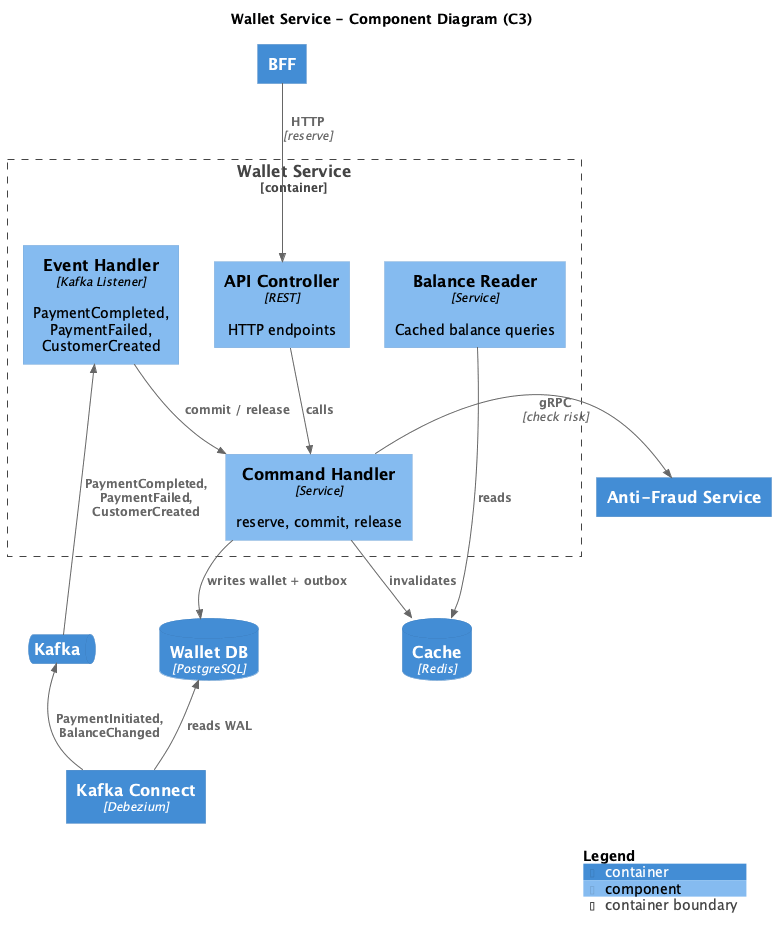
Above: diagrams/c4/c3-wallet.png in krsvyat/system-design (PlantUML), before the change. The source it was exported from:
```plantuml
@startuml c3-wallet
!include https://raw.githubusercontent.com/plantuml-stdlib/C4-PlantUML/master/C4_Component.puml

title Wallet Service - Component Diagram (C3)

Container(bff, "BFF", "", "")
Container(antifraud, "Anti-Fraud Service", "", "")
ContainerQueue(kafka, "Kafka", "", "")
ContainerDb(db, "Wallet DB", "PostgreSQL", "")
ContainerDb(cache, "Cache", "Redis", "")
Container(cdc, "Kafka Connect", "Debezium", "")

Container_Boundary(wallet, "Wallet Service") {
    Component(api, "API Controller", "REST", "HTTP endpoints")
    Component(command, "Command Handler", "Service", "reserve, commit, release")
    Component(event_handler, "Event Handler", "Kafka Listener", "PaymentCompleted, PaymentFailed, CustomerCreated")
    Component(balance_reader, "Balance Reader", "Service", "Cached balance queries")
}

Rel_D(bff, api, "HTTP", "reserve")
Rel_D(api, command, "calls")

Rel_R(command, antifraud, "gRPC", "check risk")

Rel_D(command, db, "writes wallet + outbox")
Rel_D(event_handler, command, "commit / release")
Rel_D(balance_reader, cache, "reads")
Rel_D(command, cache, "invalidates")

Rel_L(kafka, event_handler, "PaymentCompleted, PaymentFailed, CustomerCreated")

Rel_U(cdc, db, "reads WAL")
Rel_U(cdc, kafka, "PaymentInitiated, BalanceChanged")

SHOW_LEGEND()

@enduml
```
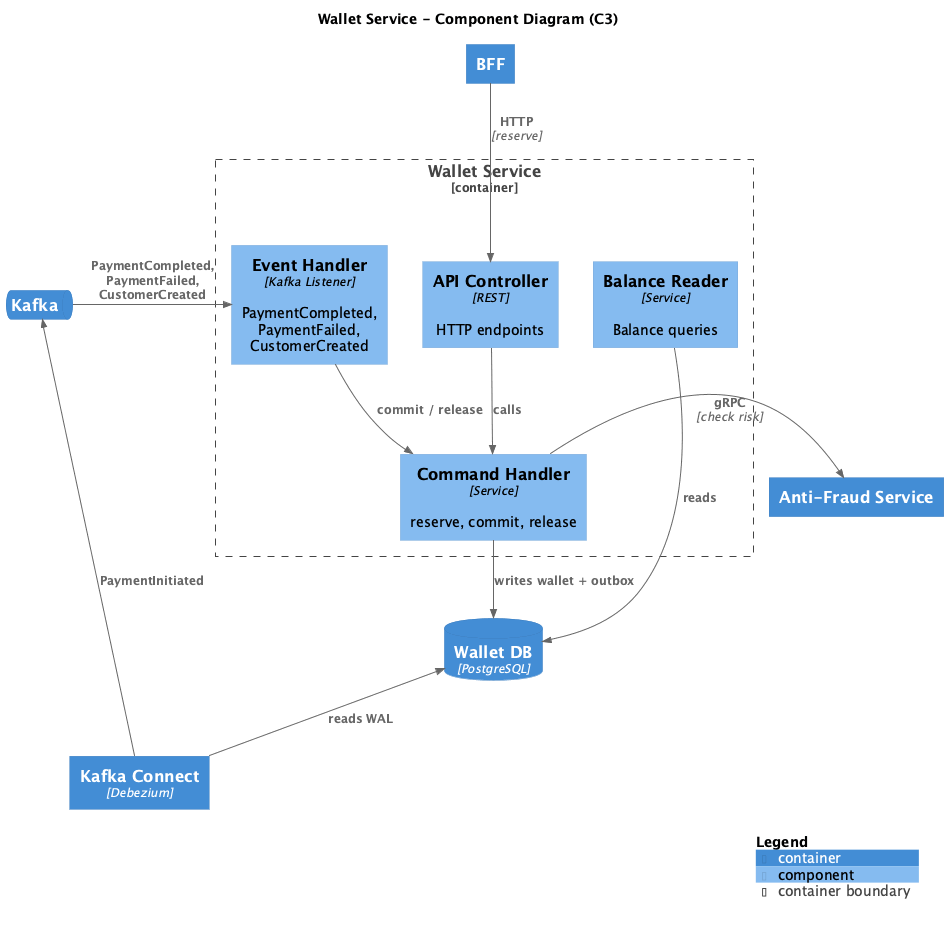
Above is the later version.

Change to the diagram source:
```diff
@@ -7,14 +7,13 @@
 Container(antifraud, "Anti-Fraud Service", "", "")
 ContainerQueue(kafka, "Kafka", "", "")
 ContainerDb(db, "Wallet DB", "PostgreSQL", "")
-ContainerDb(cache, "Cache", "Redis", "")
 Container(cdc, "Kafka Connect", "Debezium", "")
 
 Container_Boundary(wallet, "Wallet Service") {
     Component(api, "API Controller", "REST", "HTTP endpoints")
     Component(command, "Command Handler", "Service", "reserve, commit, release")
     Component(event_handler, "Event Handler", "Kafka Listener", "PaymentCompleted, PaymentFailed, CustomerCreated")
-    Component(balance_reader, "Balance Reader", "Service", "Cached balance queries")
+    Component(balance_reader, "Balance Reader", "Service", "Balance queries")
 }
 
 Rel_D(bff, api, "HTTP", "reserve")
@@ -24,13 +23,12 @@
 
 Rel_D(command, db, "writes wallet + outbox")
 Rel_D(event_handler, command, "commit / release")
-Rel_D(balance_reader, cache, "reads")
-Rel_D(command, cache, "invalidates")
+Rel_D(balance_reader, db, "reads")
 
 Rel_L(kafka, event_handler, "PaymentCompleted, PaymentFailed, CustomerCreated")
 
 Rel_U(cdc, db, "reads WAL")
-Rel_U(cdc, kafka, "PaymentInitiated, BalanceChanged")
+Rel_U(cdc, kafka, "PaymentInitiated")
 
 SHOW_LEGEND()
 
```
